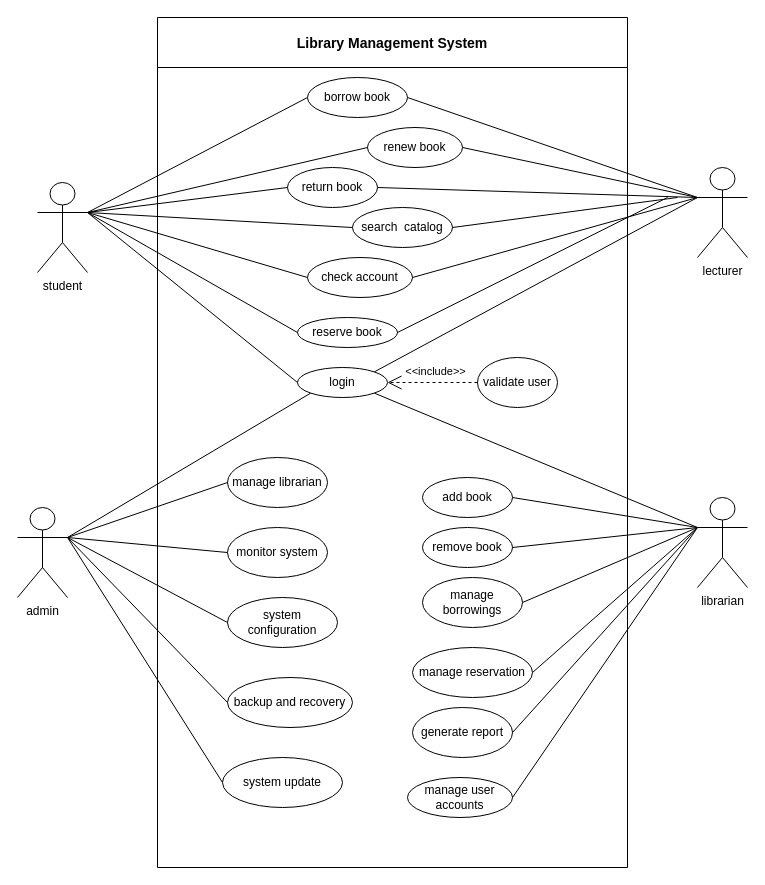
Above: libraryUsecase.drawio in Dinuvi9170/NSBM-Green-University (draw.io), before the change. Source tidied: cells renumbered, new cells numbered last; positions are measured from the earlier drawing's top-left corner, leaving out a move shared by most shapes. Both pictures are drawn from the tidied source at 100%, with x=0, y=0 at pixel (17, 17).
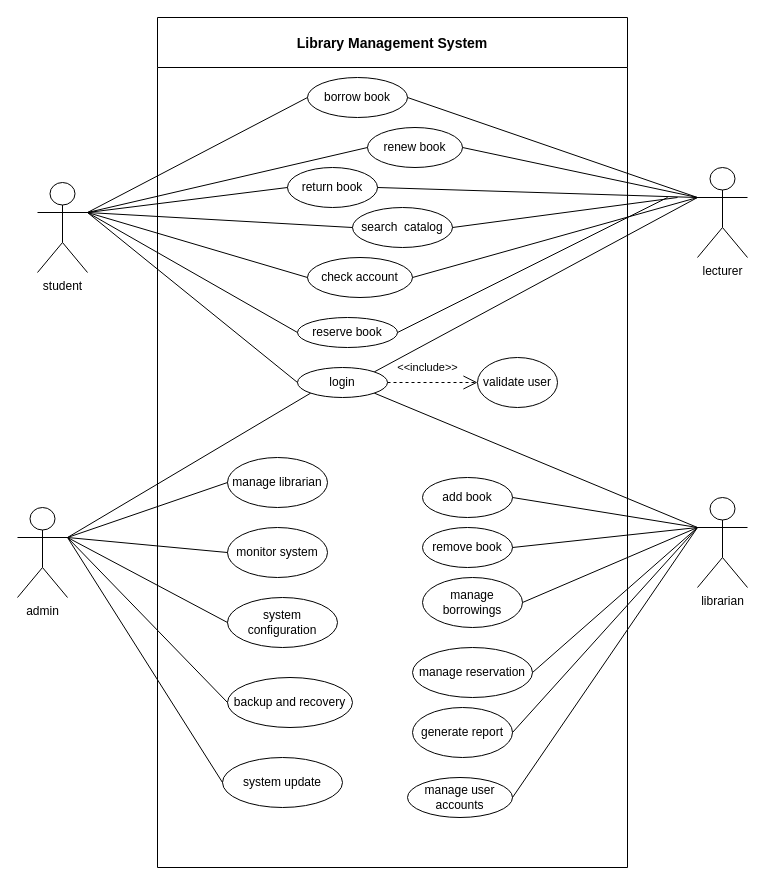
The same page after the edit.

The change refers to these unchanged cells:
```xml
<mxCell id="2" value="Library Management System" style="swimlane;startSize=50;fontSize=14;labelBackgroundColor=default;" parent="1" vertex="1">
  <mxGeometry x="140" width="470" height="850" as="geometry" />
</mxCell>
<mxCell id="13" value="validate user" style="ellipse;whiteSpace=wrap;html=1;" parent="2" vertex="1">
  <mxGeometry x="320" y="340" width="80" height="50" as="geometry" />
</mxCell>
<mxCell id="14" value="login" style="ellipse;whiteSpace=wrap;html=1;" parent="2" vertex="1">
  <mxGeometry x="140" y="350" width="90" height="30" as="geometry" />
</mxCell>
```

Change to the diagram source:
```diff
@@
-    <mxCell id="17" value="&amp;lt;&amp;lt;include&amp;gt;&amp;gt;" style="endArrow=open;endSize=12;dashed=1;html=1;rounded=0;exitX=0;exitY=0.5;exitDx=0;exitDy=0;entryX=1;entryY=0.5;entryDx=0;entryDy=0;" parent="2" edge="1" source="13" target="14">
-      <mxGeometry x="-0.06" y="-11" relative="1" as="geometry" />
+    <mxCell id="17" value="&amp;lt;&amp;lt;include&amp;gt;&amp;gt;" style="endArrow=open;endSize=12;dashed=1;html=1;rounded=0;exitX=1;exitY=0.5;exitDx=0;exitDy=0;entryX=0;entryY=0.5;entryDx=0;entryDy=0;" parent="2" edge="1" source="14" target="13">
+      <mxGeometry x="-0.11" y="15" relative="1" as="geometry" />
     </mxCell>
```
